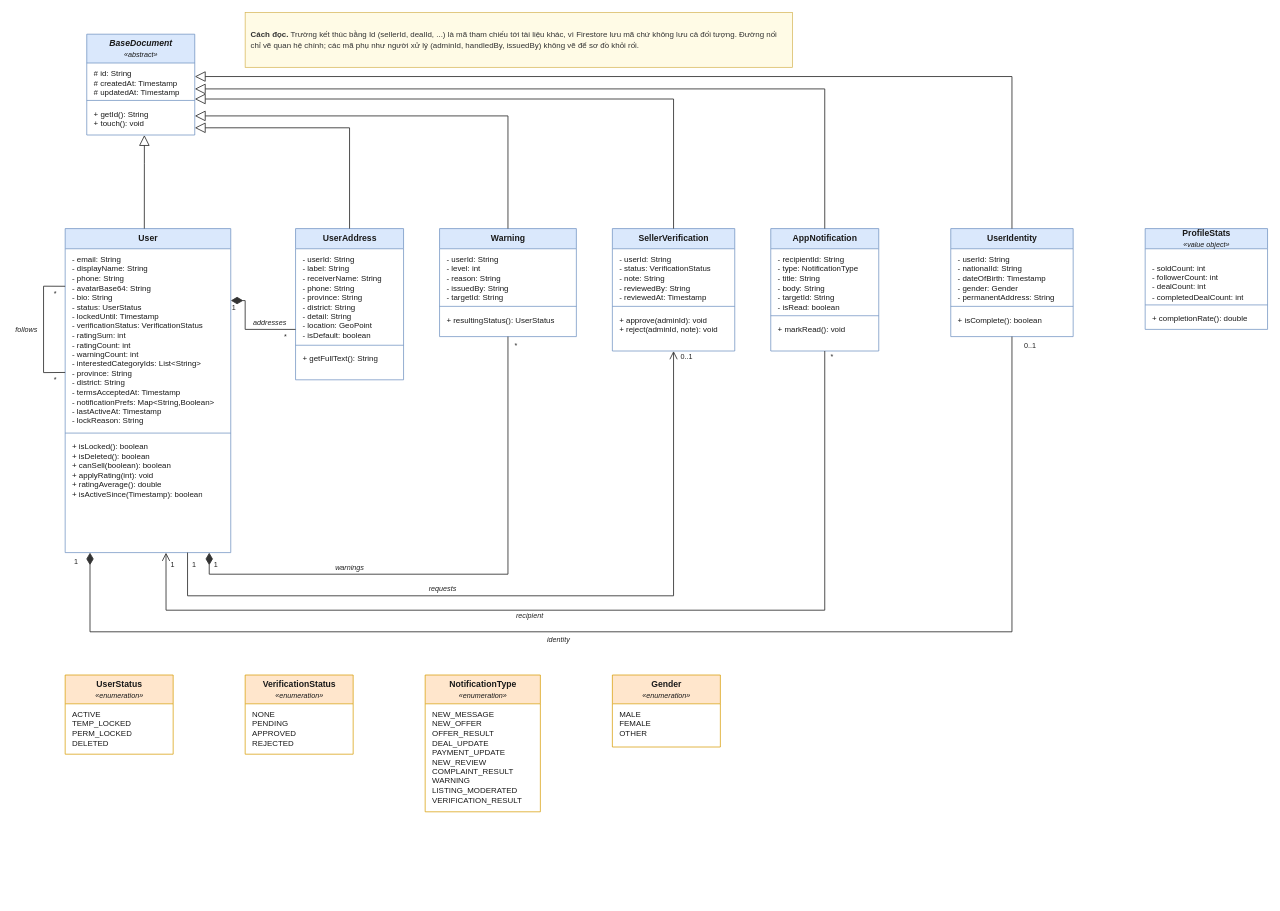
The draw.io diagram page "1. Người dùng" (2 of 8) of workflow/docs/diagrams/so-do-lop/class-diagram.drawio in tahpnart8/NHOM3-MobileApp, before the edit. Source tidied: cells renumbered, new cells numbered last; positions are measured from the earlier drawing's top-left corner, leaving out a move shared by most shapes. Both pictures are drawn from the tidied source at 72%, with x=0, y=0 at pixel (12, 12).
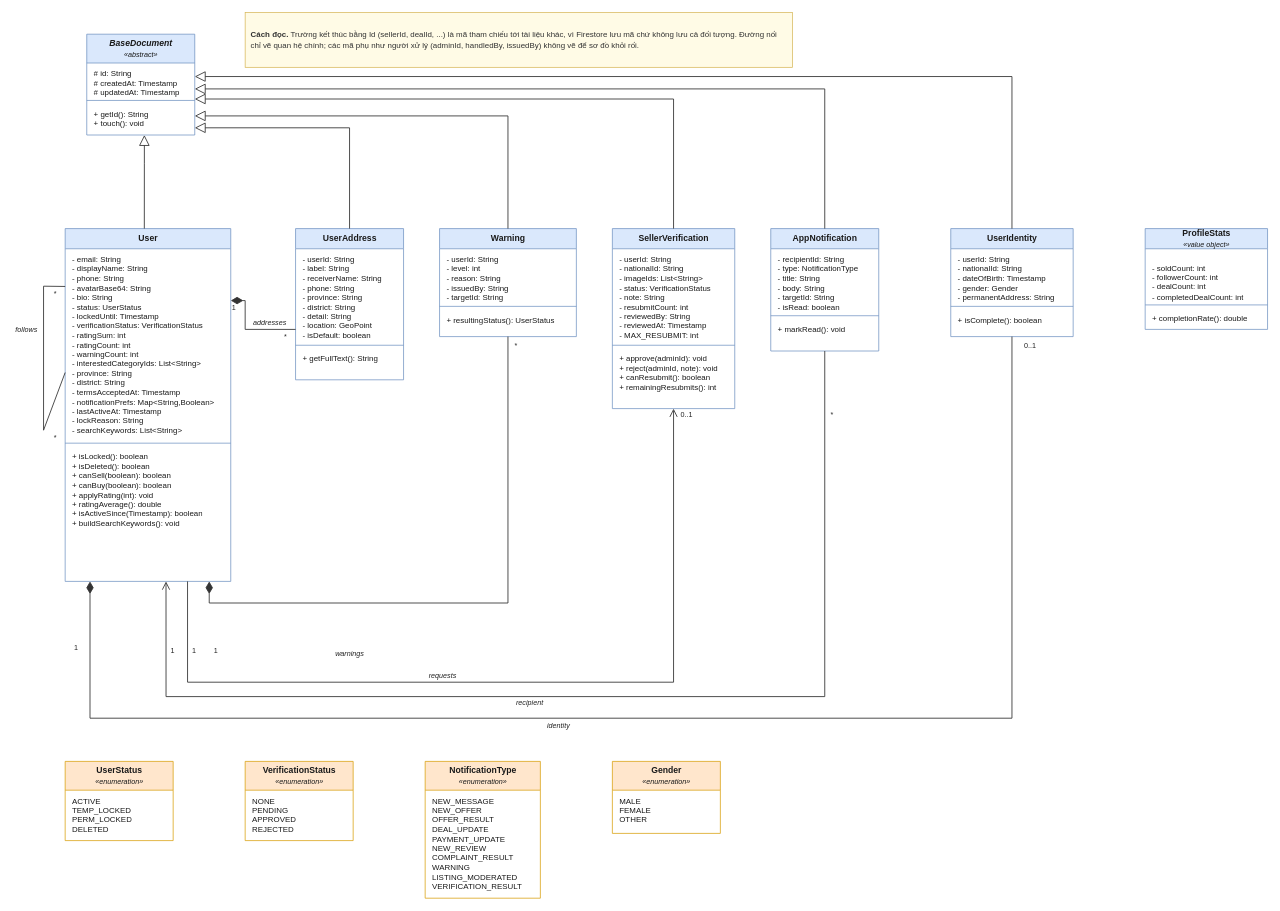
The same diagram, later.

The change refers to these unchanged cells:
```xml
<mxCell id="7" value="&lt;b&gt;UserAddress&lt;/b&gt;" style="swimlane;fontStyle=0;horizontal=1;startSize=28;fillColor=#DAE8FC;strokeColor=#6C8EBF;swimlaneFillColor=#FFFFFF;html=1;whiteSpace=nowrap;fontSize=12;fontFamily=Helvetica;fontColor=#1A1A1A;" parent="1" vertex="1">
  <mxGeometry x="393" y="300" width="150" height="210" as="geometry" />
</mxCell>
<mxCell id="19" value="&lt;b&gt;AppNotification&lt;/b&gt;" style="swimlane;fontStyle=0;horizontal=1;startSize=28;fillColor=#DAE8FC;strokeColor=#6C8EBF;swimlaneFillColor=#FFFFFF;html=1;whiteSpace=nowrap;fontSize=12;fontFamily=Helvetica;fontColor=#1A1A1A;" parent="1" vertex="1">
  <mxGeometry x="1053" y="300" width="150" height="170" as="geometry" />
</mxCell>
<mxCell id="55" value="&lt;b&gt;UserIdentity&lt;/b&gt;" style="swimlane;fontStyle=0;horizontal=1;startSize=28;fillColor=#DAE8FC;strokeColor=#6C8EBF;swimlaneFillColor=#FFFFFF;html=1;whiteSpace=nowrap;fontSize=12;fontFamily=Helvetica;fontColor=#1A1A1A;" parent="1" vertex="1">
  <mxGeometry x="1303" y="300" width="170" height="150" as="geometry" />
</mxCell>
```

Change to the diagram source:
```diff
@@
     <mxCell id="6" value="&lt;b&gt;User&lt;/b&gt;" style="swimlane;fontStyle=0;horizontal=1;startSize=28;fillColor=#DAE8FC;strokeColor=#6C8EBF;swimlaneFillColor=#FFFFFF;html=1;whiteSpace=nowrap;fontSize=12;fontFamily=Helvetica;fontColor=#1A1A1A;" parent="1" vertex="1">
-      <mxGeometry x="73" y="300" width="230" height="450" as="geometry" />
+      <mxGeometry x="73" y="300" width="230" height="490" as="geometry" />
     </mxCell>
@@
     <mxCell id="15" value="&lt;b&gt;SellerVerification&lt;/b&gt;" style="swimlane;fontStyle=0;horizontal=1;startSize=28;fillColor=#DAE8FC;strokeColor=#6C8EBF;swimlaneFillColor=#FFFFFF;html=1;whiteSpace=nowrap;fontSize=12;fontFamily=Helvetica;fontColor=#1A1A1A;" parent="1" vertex="1">
-      <mxGeometry x="833" y="300" width="170" height="170" as="geometry" />
+      <mxGeometry x="833" y="300" width="170" height="250" as="geometry" />
     </mxCell>
-    <mxCell id="16" value="- userId: String&lt;br&gt;- status: VerificationStatus&lt;br&gt;- note: String&lt;br&gt;- reviewedBy: String&lt;br&gt;- reviewedAt: Timestamp" style="text;strokeColor=none;fillColor=none;align=left;verticalAlign=top;spacingLeft=8;spacingRight=4;spacingTop=2;overflow=hidden;html=1;whiteSpace=nowrap;fontSize=11;fontFamily=Helvetica;fontColor=#1A1A1A;" parent="15" vertex="1">
-      <mxGeometry y="28" width="170" height="76" as="geometry" />
-    </mxCell>
-    <mxCell id="17" style="line;strokeWidth=1;fillColor=none;align=left;verticalAlign=middle;html=1;strokeColor=#6C8EBF;" parent="15" vertex="1">
-      <mxGeometry y="104" width="170" height="8" as="geometry" />
-    </mxCell>
-    <mxCell id="18" value="+ approve(adminId): void&lt;br&gt;+ reject(adminId, note): void" style="text;strokeColor=none;fillColor=none;align=left;verticalAlign=top;spacingLeft=8;spacingRight=4;spacingTop=2;overflow=hidden;html=1;whiteSpace=nowrap;fontSize=11;fontFamily=Helvetica;fontColor=#1A1A1A;" parent="15" vertex="1">
-      <mxGeometry y="112" width="170" height="35" as="geometry" />
-    </mxCell>
@@
     <mxCell id="23" value="&lt;b&gt;UserStatus&lt;/b&gt;&lt;br&gt;&lt;i style=&quot;font-size:10px&quot;&gt;«enumeration»&lt;/i&gt;" style="swimlane;fontStyle=0;horizontal=1;startSize=40;fillColor=#FFE6CC;strokeColor=#D79B00;swimlaneFillColor=#FFFFFF;html=1;whiteSpace=nowrap;fontSize=12;fontFamily=Helvetica;fontColor=#1A1A1A;" parent="1" vertex="1">
-      <mxGeometry x="73" y="920" width="150" height="110" as="geometry" />
+      <mxGeometry x="73" y="1040" width="150" height="110" as="geometry" />
     </mxCell>
     <mxCell id="24" value="&lt;b&gt;VerificationStatus&lt;/b&gt;&lt;br&gt;&lt;i style=&quot;font-size:10px&quot;&gt;«enumeration»&lt;/i&gt;" style="swimlane;fontStyle=0;horizontal=1;startSize=40;fillColor=#FFE6CC;strokeColor=#D79B00;swimlaneFillColor=#FFFFFF;html=1;whiteSpace=nowrap;fontSize=12;fontFamily=Helvetica;fontColor=#1A1A1A;" parent="1" vertex="1">
-      <mxGeometry x="323" y="920" width="150" height="110" as="geometry" />
+      <mxGeometry x="323" y="1040" width="150" height="110" as="geometry" />
     </mxCell>
-    <mxCell id="25" value="NONE&lt;br&gt;PENDING&lt;br&gt;APPROVED&lt;br&gt;REJECTED" style="text;strokeColor=none;fillColor=none;align=left;verticalAlign=top;spacingLeft=8;spacingRight=4;spacingTop=2;overflow=hidden;html=1;whiteSpace=nowrap;fontSize=11;fontFamily=Helvetica;fontColor=#1A1A1A;" parent="24" vertex="1">
-      <mxGeometry y="40" width="150" height="62" as="geometry" />
-    </mxCell>
     <mxCell id="26" value="&lt;b&gt;NotificationType&lt;/b&gt;&lt;br&gt;&lt;i style=&quot;font-size:10px&quot;&gt;«enumeration»&lt;/i&gt;" style="swimlane;fontStyle=0;horizontal=1;startSize=40;fillColor=#FFE6CC;strokeColor=#D79B00;swimlaneFillColor=#FFFFFF;html=1;whiteSpace=nowrap;fontSize=12;fontFamily=Helvetica;fontColor=#1A1A1A;" parent="1" vertex="1">
-      <mxGeometry x="573" y="920" width="160" height="190" as="geometry" />
+      <mxGeometry x="573" y="1040" width="160" height="190" as="geometry" />
     </mxCell>
@@
-    <mxCell id="33" style="html=1;rounded=0;edgeStyle=none;jettySize=auto;exitX=1.0;exitY=0.222;exitDx=0;exitDy=0;entryX=0.0;entryY=0.6667;entryDx=0;entryDy=0;strokeColor=#333333;strokeWidth=1.2;startArrow=diamondThin;startFill=1;startSize=14;endArrow=none;" parent="1" edge="1" source="6" target="7">
+    <mxCell id="33" style="html=1;rounded=0;edgeStyle=none;jettySize=auto;exitX=1.0;exitY=0.204;exitDx=0;exitDy=0;entryX=0.0;entryY=0.6667;entryDx=0;entryDy=0;strokeColor=#333333;strokeWidth=1.2;startArrow=diamondThin;startFill=1;startSize=14;endArrow=none;" parent="1" edge="1" source="6" target="7">
       <mxGeometry relative="1" as="geometry">
         <Array as="points">
           <mxPoint x="323" y="400" />
           <mxPoint x="323" y="440" />
         </Array>
       </mxGeometry>
     </mxCell>
@@
     <mxCell id="35" style="html=1;rounded=0;edgeStyle=orthogonalEdgeStyle;jettySize=auto;exitX=0.739;exitY=1.0;exitDx=0;exitDy=0;entryX=0.5;entryY=1;entryDx=0;entryDy=0;strokeColor=#333333;strokeWidth=1.2;endArrow=open;endFill=0;endSize=9;startArrow=none;" parent="1" edge="1" source="6" target="15">
       <mxGeometry relative="1" as="geometry">
         <Array as="points">
-          <mxPoint x="243" y="810" />
-          <mxPoint x="918" y="810" />
+          <mxPoint x="243" y="930" />
+          <mxPoint x="918" y="930" />
         </Array>
       </mxGeometry>
     </mxCell>
     <mxCell id="36" style="html=1;rounded=0;edgeStyle=orthogonalEdgeStyle;jettySize=auto;exitX=0.5;exitY=1;exitDx=0;exitDy=0;entryX=0.609;entryY=1.0;entryDx=0;entryDy=0;strokeColor=#333333;strokeWidth=1.2;endArrow=open;endFill=0;endSize=9;startArrow=none;" parent="1" edge="1" source="19" target="6">
       <mxGeometry relative="1" as="geometry">
         <Array as="points">
-          <mxPoint x="1128" y="830" />
-          <mxPoint x="213" y="830" />
+          <mxPoint x="1128" y="950" />
+          <mxPoint x="213" y="950" />
         </Array>
       </mxGeometry>
     </mxCell>
-    <mxCell id="37" style="html=1;rounded=0;edgeStyle=none;jettySize=auto;orthogonalLoop=1;exitX=0.0;exitY=0.178;exitDx=0;exitDy=0;entryX=0.0;entryY=0.444;entryDx=0;entryDy=0;strokeColor=#333333;strokeWidth=1.2;endArrow=none;startArrow=none;" parent="1" edge="1" source="6" target="6">
+    <mxCell id="37" style="html=1;rounded=0;edgeStyle=none;jettySize=auto;orthogonalLoop=1;exitX=0.0;exitY=0.164;exitDx=0;exitDy=0;entryX=0.0;entryY=0.408;entryDx=0;entryDy=0;strokeColor=#333333;strokeWidth=1.2;endArrow=none;startArrow=none;" parent="1" edge="1" source="6" target="6">
       <mxGeometry relative="1" as="geometry">
         <Array as="points">
           <mxPoint x="43" y="380" />
-          <mxPoint x="43" y="500" />
+          <mxPoint x="43" y="580" />
         </Array>
       </mxGeometry>
     </mxCell>
@@
     <mxCell id="41" value="1" style="text;html=1;strokeColor=none;fillColor=none;align=center;verticalAlign=middle;whiteSpace=nowrap;fontSize=10;fontFamily=Helvetica;fontColor=#222222;" parent="1" vertex="1">
-      <mxGeometry x="276" y="758" width="12" height="16" as="geometry" />
+      <mxGeometry x="276" y="878" width="12" height="16" as="geometry" />
     </mxCell>
@@
     <mxCell id="43" value="warnings" style="text;html=1;strokeColor=none;fillColor=none;align=center;verticalAlign=middle;whiteSpace=nowrap;fontSize=10;fontFamily=Helvetica;fontColor=#222222;fontStyle=2;" parent="1" vertex="1">
-      <mxGeometry x="443" y="762" width="49" height="16" as="geometry" />
+      <mxGeometry x="443" y="882" width="49" height="16" as="geometry" />
     </mxCell>
     <mxCell id="44" value="1" style="text;html=1;strokeColor=none;fillColor=none;align=center;verticalAlign=middle;whiteSpace=nowrap;fontSize=10;fontFamily=Helvetica;fontColor=#222222;" parent="1" vertex="1">
-      <mxGeometry x="246" y="758" width="12" height="16" as="geometry" />
+      <mxGeometry x="246" y="878" width="12" height="16" as="geometry" />
     </mxCell>
     <mxCell id="45" value="0..1" style="text;html=1;strokeColor=none;fillColor=none;align=center;verticalAlign=middle;whiteSpace=nowrap;fontSize=10;fontFamily=Helvetica;fontColor=#222222;" parent="1" vertex="1">
-      <mxGeometry x="923" y="470" width="25" height="16" as="geometry" />
+      <mxGeometry x="923" y="550" width="25" height="16" as="geometry" />
     </mxCell>
     <mxCell id="46" value="requests" style="text;html=1;strokeColor=none;fillColor=none;align=center;verticalAlign=middle;whiteSpace=nowrap;fontSize=10;fontFamily=Helvetica;fontColor=#222222;fontStyle=2;" parent="1" vertex="1">
-      <mxGeometry x="573" y="792" width="48" height="16" as="geometry" />
+      <mxGeometry x="573" y="912" width="48" height="16" as="geometry" />
     </mxCell>
     <mxCell id="47" value="*" style="text;html=1;strokeColor=none;fillColor=none;align=center;verticalAlign=middle;whiteSpace=nowrap;fontSize=10;fontFamily=Helvetica;fontColor=#222222;" parent="1" vertex="1">
-      <mxGeometry x="1133" y="470" width="10" height="16" as="geometry" />
+      <mxGeometry x="1133" y="550" width="10" height="16" as="geometry" />
     </mxCell>
     <mxCell id="48" value="1" style="text;html=1;strokeColor=none;fillColor=none;align=center;verticalAlign=middle;whiteSpace=nowrap;fontSize=10;fontFamily=Helvetica;fontColor=#222222;" parent="1" vertex="1">
-      <mxGeometry x="216" y="758" width="12" height="16" as="geometry" />
+      <mxGeometry x="216" y="878" width="12" height="16" as="geometry" />
     </mxCell>
     <mxCell id="49" value="recipient" style="text;html=1;strokeColor=none;fillColor=none;align=center;verticalAlign=middle;whiteSpace=nowrap;fontSize=10;fontFamily=Helvetica;fontColor=#222222;fontStyle=2;" parent="1" vertex="1">
-      <mxGeometry x="694" y="830" width="47" height="16" as="geometry" />
+      <mxGeometry x="694" y="950" width="47" height="16" as="geometry" />
     </mxCell>
@@
     <mxCell id="51" value="*" style="text;html=1;strokeColor=none;fillColor=none;align=center;verticalAlign=middle;whiteSpace=nowrap;fontSize=10;fontFamily=Helvetica;fontColor=#222222;" parent="1" vertex="1">
-      <mxGeometry x="54" y="502" width="10" height="16" as="geometry" />
+      <mxGeometry x="54" y="582" width="10" height="16" as="geometry" />
     </mxCell>
@@
     <mxCell id="59" value="&lt;b&gt;Gender&lt;/b&gt;&lt;br&gt;&lt;i style=&quot;font-size:10px&quot;&gt;«enumeration»&lt;/i&gt;" style="swimlane;fontStyle=0;horizontal=1;startSize=40;fillColor=#FFE6CC;strokeColor=#D79B00;swimlaneFillColor=#FFFFFF;html=1;whiteSpace=nowrap;fontSize=12;fontFamily=Helvetica;fontColor=#1A1A1A;" parent="1" vertex="1">
-      <mxGeometry x="833" y="920" width="150" height="100" as="geometry" />
+      <mxGeometry x="833" y="1040" width="150" height="100" as="geometry" />
     </mxCell>
@@
     <mxCell id="61" style="html=1;rounded=0;edgeStyle=orthogonalEdgeStyle;jettySize=auto;strokeColor=#333333;strokeWidth=1.2;startArrow=diamondThin;startFill=1;startSize=14;endArrow=none;exitX=0.15;exitY=1;exitDx=0;exitDy=0;entryX=0.5;entryY=1;entryDx=0;entryDy=0;" parent="1" edge="1" source="6" target="55">
       <mxGeometry relative="1" as="geometry">
         <Array as="points">
-          <mxPoint x="107" y="860" />
-          <mxPoint x="1388" y="860" />
+          <mxPoint x="107" y="980" />
+          <mxPoint x="1388" y="980" />
         </Array>
       </mxGeometry>
     </mxCell>
@@
     <mxCell id="63" value="1" style="text;html=1;strokeColor=none;fillColor=none;align=center;verticalAlign=middle;whiteSpace=nowrap;fontSize=10;fontFamily=Helvetica;fontColor=#222222;" parent="1" vertex="1">
-      <mxGeometry x="81" y="754" width="14" height="16" as="geometry" />
+      <mxGeometry x="81" y="874" width="14" height="16" as="geometry" />
     </mxCell>
@@
     <mxCell id="65" value="identity" style="text;html=1;strokeColor=none;fillColor=none;align=center;verticalAlign=middle;whiteSpace=nowrap;fontSize=10;fontFamily=Helvetica;fontColor=#222222;fontStyle=2;" parent="1" vertex="1">
-      <mxGeometry x="723" y="862" width="70" height="16" as="geometry" />
+      <mxGeometry x="723" y="982" width="70" height="16" as="geometry" />
     </mxCell>
-    <mxCell id="66" value="- email: String&lt;br&gt;- displayName: String&lt;br&gt;- phone: String&lt;br&gt;- avatarBase64: String&lt;br&gt;- bio: String&lt;br&gt;- status: UserStatus&lt;br&gt;- lockedUntil: Timestamp&lt;br&gt;- verificationStatus: VerificationStatus&lt;br&gt;- ratingSum: int&lt;br&gt;- ratingCount: int&lt;br&gt;- warningCount: int&lt;br&gt;- interestedCategoryIds: List&amp;lt;String&amp;gt;&lt;br&gt;- province: String&lt;br&gt;- district: String&lt;br&gt;- termsAcceptedAt: Timestamp&lt;br&gt;- notificationPrefs: Map&amp;lt;String,Boolean&amp;gt;&lt;br&gt;- lastActiveAt: Timestamp&lt;br&gt;- lockReason: String" style="text;strokeColor=none;fillColor=none;align=left;verticalAlign=top;spacingLeft=8;spacingRight=4;spacingTop=2;overflow=hidden;html=1;whiteSpace=nowrap;fontSize=11;fontFamily=Helvetica;fontColor=#1A1A1A;" parent="6" vertex="1">
-      <mxGeometry y="28" width="230" height="252" as="geometry" />
-    </mxCell>
-    <mxCell id="67" style="line;strokeWidth=1;fillColor=none;align=left;verticalAlign=middle;html=1;strokeColor=#6C8EBF;" parent="6" vertex="1">
-      <mxGeometry y="280" width="230" height="8" as="geometry" />
-    </mxCell>
-    <mxCell id="68" value="+ isLocked(): boolean&lt;br&gt;+ isDeleted(): boolean&lt;br&gt;+ canSell(boolean): boolean&lt;br&gt;+ applyRating(int): void&lt;br&gt;+ ratingAverage(): double&lt;br&gt;+ isActiveSince(Timestamp): boolean" style="text;strokeColor=none;fillColor=none;align=left;verticalAlign=top;spacingLeft=8;spacingRight=4;spacingTop=2;overflow=hidden;html=1;whiteSpace=nowrap;fontSize=11;fontFamily=Helvetica;fontColor=#1A1A1A;" parent="6" vertex="1">
-      <mxGeometry y="288" width="230" height="89" as="geometry" />
-    </mxCell>
@@
+    <mxCell id="25" value="NONE&lt;br&gt;PENDING&lt;br&gt;APPROVED&lt;br&gt;REJECTED" style="text;strokeColor=none;fillColor=none;align=left;verticalAlign=top;spacingLeft=8;spacingRight=4;spacingTop=2;overflow=hidden;html=1;whiteSpace=nowrap;fontSize=11;fontFamily=Helvetica;fontColor=#1A1A1A;" parent="24" vertex="1">
+      <mxGeometry y="40" width="150" height="62" as="geometry" />
+    </mxCell>
+    <mxCell id="66" value="- email: String&lt;br&gt;- displayName: String&lt;br&gt;- phone: String&lt;br&gt;- avatarBase64: String&lt;br&gt;- bio: String&lt;br&gt;- status: UserStatus&lt;br&gt;- lockedUntil: Timestamp&lt;br&gt;- verificationStatus: VerificationStatus&lt;br&gt;- ratingSum: int&lt;br&gt;- ratingCount: int&lt;br&gt;- warningCount: int&lt;br&gt;- interestedCategoryIds: List&amp;lt;String&amp;gt;&lt;br&gt;- province: String&lt;br&gt;- district: String&lt;br&gt;- termsAcceptedAt: Timestamp&lt;br&gt;- notificationPrefs: Map&amp;lt;String,Boolean&amp;gt;&lt;br&gt;- lastActiveAt: Timestamp&lt;br&gt;- lockReason: String&lt;br&gt;- searchKeywords: List&amp;lt;String&amp;gt;" style="text;strokeColor=none;fillColor=none;align=left;verticalAlign=top;spacingLeft=8;spacingRight=4;spacingTop=2;overflow=hidden;html=1;whiteSpace=nowrap;fontSize=11;fontFamily=Helvetica;fontColor=#1A1A1A;" parent="6" vertex="1">
+      <mxGeometry y="28" width="230" height="266" as="geometry" />
+    </mxCell>
+    <mxCell id="67" style="line;strokeWidth=1;fillColor=none;align=left;verticalAlign=middle;html=1;strokeColor=#6C8EBF;" parent="6" vertex="1">
+      <mxGeometry y="294" width="230" height="8" as="geometry" />
+    </mxCell>
+    <mxCell id="68" value="+ isLocked(): boolean&lt;br&gt;+ isDeleted(): boolean&lt;br&gt;+ canSell(boolean): boolean&lt;br&gt;+ canBuy(boolean): boolean&lt;br&gt;+ applyRating(int): void&lt;br&gt;+ ratingAverage(): double&lt;br&gt;+ isActiveSince(Timestamp): boolean&lt;br&gt;+ buildSearchKeywords(): void" style="text;strokeColor=none;fillColor=none;align=left;verticalAlign=top;spacingLeft=8;spacingRight=4;spacingTop=2;overflow=hidden;html=1;whiteSpace=nowrap;fontSize=11;fontFamily=Helvetica;fontColor=#1A1A1A;" parent="6" vertex="1">
+      <mxGeometry y="302" width="230" height="116" as="geometry" />
+    </mxCell>
+    <mxCell id="73" value="- userId: String&lt;br&gt;- nationalId: String&lt;br&gt;- imageIds: List&amp;lt;String&amp;gt;&lt;br&gt;- status: VerificationStatus&lt;br&gt;- note: String&lt;br&gt;- resubmitCount: int&lt;br&gt;- reviewedBy: String&lt;br&gt;- reviewedAt: Timestamp&lt;br&gt;- MAX_RESUBMIT: int" style="text;strokeColor=none;fillColor=none;align=left;verticalAlign=top;spacingLeft=8;spacingRight=4;spacingTop=2;overflow=hidden;html=1;whiteSpace=nowrap;fontSize=11;fontFamily=Helvetica;fontColor=#1A1A1A;" parent="15" vertex="1">
+      <mxGeometry y="28" width="170" height="130" as="geometry" />
+    </mxCell>
+    <mxCell id="74" style="line;strokeWidth=1;fillColor=none;align=left;verticalAlign=middle;html=1;strokeColor=#6C8EBF;" parent="15" vertex="1">
+      <mxGeometry y="158" width="170" height="8" as="geometry" />
+    </mxCell>
+    <mxCell id="75" value="+ approve(adminId): void&lt;br&gt;+ reject(adminId, note): void&lt;br&gt;+ canResubmit(): boolean&lt;br&gt;+ remainingResubmits(): int" style="text;strokeColor=none;fillColor=none;align=left;verticalAlign=top;spacingLeft=8;spacingRight=4;spacingTop=2;overflow=hidden;html=1;whiteSpace=nowrap;fontSize=11;fontFamily=Helvetica;fontColor=#1A1A1A;" parent="15" vertex="1">
+      <mxGeometry y="166" width="170" height="62" as="geometry" />
+    </mxCell>
```
